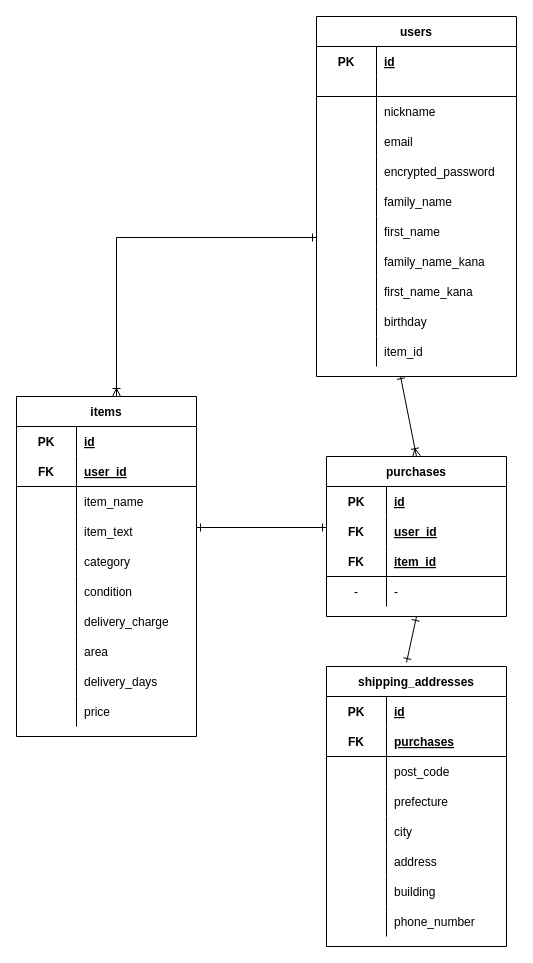
Before: test.dio in naoto7010code/furima-38452, a draw.io diagram. Source tidied: cells renumbered, new cells numbered last; positions are measured from the earlier drawing's top-left corner, leaving out a move shared by most shapes. Both pictures are drawn from the tidied source at 100%, with x=0, y=0 at pixel (16, 16).
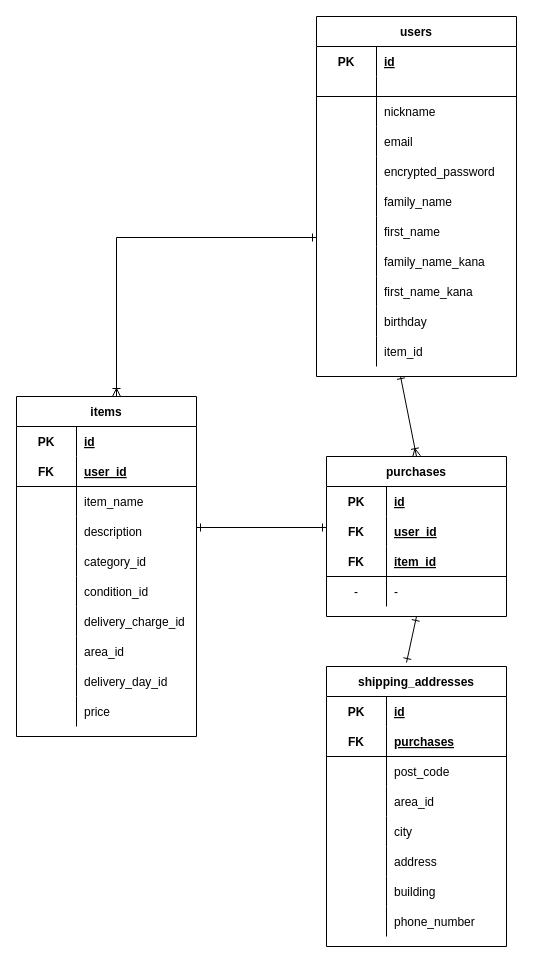
The same page after the edit.

Commit message (it also covers changes not shown here):
データベース設計#3(3回目)

The change refers to these unchanged cells:
```xml
<mxCell id="16" style="shape=partialRectangle;fillColor=none;top=0;left=0;bottom=0;right=0;" parent="6" vertex="1">
  <mxGeometry y="120" width="180" height="30" as="geometry" />
</mxCell>
<mxCell id="19" style="shape=partialRectangle;fillColor=none;top=0;left=0;bottom=0;right=0;" parent="6" vertex="1">
  <mxGeometry y="150" width="180" height="30" as="geometry" />
</mxCell>
<mxCell id="22" style="shape=partialRectangle;fillColor=none;top=0;left=0;bottom=0;right=0;" parent="6" vertex="1">
  <mxGeometry y="180" width="180" height="30" as="geometry" />
</mxCell>
<mxCell id="25" style="shape=partialRectangle;fillColor=none;top=0;left=0;bottom=0;right=0;" parent="6" vertex="1">
  <mxGeometry y="210" width="180" height="30" as="geometry" />
</mxCell>
<mxCell id="28" style="shape=partialRectangle;fillColor=none;top=0;left=0;bottom=0;right=0;" parent="6" vertex="1">
  <mxGeometry y="240" width="180" height="30" as="geometry" />
</mxCell>
<mxCell id="31" style="shape=partialRectangle;fillColor=none;top=0;left=0;bottom=0;right=0;" parent="6" vertex="1">
  <mxGeometry y="270" width="180" height="30" as="geometry" />
</mxCell>
<mxCell id="94" style="shape=partialRectangle;fillColor=none;top=0;left=0;bottom=0;right=0;" parent="84" vertex="1">
  <mxGeometry y="120" width="180" height="30" as="geometry" />
</mxCell>
```

What changed in the source:
```diff
@@
-    <mxCell id="18" value="item_text" style="shape=partialRectangle;fillColor=none;top=0;left=0;bottom=0;right=0;align=left;spacingLeft=6;overflow=hidden;" parent="16" vertex="1">
+    <mxCell id="18" value="description" style="shape=partialRectangle;fillColor=none;top=0;left=0;bottom=0;right=0;align=left;spacingLeft=6;overflow=hidden;" parent="16" vertex="1">
       <mxGeometry x="60" width="120" height="30" as="geometry" />
     </mxCell>
@@
-    <mxCell id="21" value="category" style="shape=partialRectangle;fillColor=none;top=0;left=0;bottom=0;right=0;align=left;spacingLeft=6;overflow=hidden;" parent="19" vertex="1">
+    <mxCell id="21" value="category_id" style="shape=partialRectangle;fillColor=none;top=0;left=0;bottom=0;right=0;align=left;spacingLeft=6;overflow=hidden;" parent="19" vertex="1">
       <mxGeometry x="60" width="120" height="30" as="geometry" />
     </mxCell>
@@
-    <mxCell id="24" value="condition" style="shape=partialRectangle;fillColor=none;top=0;left=0;bottom=0;right=0;align=left;spacingLeft=6;overflow=hidden;" parent="22" vertex="1">
+    <mxCell id="24" value="condition_id" style="shape=partialRectangle;fillColor=none;top=0;left=0;bottom=0;right=0;align=left;spacingLeft=6;overflow=hidden;" parent="22" vertex="1">
       <mxGeometry x="60" width="120" height="30" as="geometry" />
     </mxCell>
@@
-    <mxCell id="27" value="delivery_charge" style="shape=partialRectangle;fillColor=none;top=0;left=0;bottom=0;right=0;align=left;spacingLeft=6;overflow=hidden;" parent="25" vertex="1">
+    <mxCell id="27" value="delivery_charge_id" style="shape=partialRectangle;fillColor=none;top=0;left=0;bottom=0;right=0;align=left;spacingLeft=6;overflow=hidden;" parent="25" vertex="1">
       <mxGeometry x="60" width="120" height="30" as="geometry" />
     </mxCell>
@@
-    <mxCell id="30" value="area" style="shape=partialRectangle;fillColor=none;top=0;left=0;bottom=0;right=0;align=left;spacingLeft=6;overflow=hidden;" parent="28" vertex="1">
+    <mxCell id="30" value="area_id" style="shape=partialRectangle;fillColor=none;top=0;left=0;bottom=0;right=0;align=left;spacingLeft=6;overflow=hidden;" parent="28" vertex="1">
       <mxGeometry x="60" width="120" height="30" as="geometry" />
     </mxCell>
@@
-    <mxCell id="33" value="delivery_days" style="shape=partialRectangle;fillColor=none;top=0;left=0;bottom=0;right=0;align=left;spacingLeft=6;overflow=hidden;" parent="31" vertex="1">
+    <mxCell id="33" value="delivery_day_id" style="shape=partialRectangle;fillColor=none;top=0;left=0;bottom=0;right=0;align=left;spacingLeft=6;overflow=hidden;" parent="31" vertex="1">
       <mxGeometry x="60" width="120" height="30" as="geometry" />
     </mxCell>
@@
-    <mxCell id="96" value="prefecture" style="shape=partialRectangle;fillColor=none;top=0;left=0;bottom=0;right=0;align=left;spacingLeft=6;overflow=hidden;" parent="94" vertex="1">
+    <mxCell id="96" value="area_id" style="shape=partialRectangle;fillColor=none;top=0;left=0;bottom=0;right=0;align=left;spacingLeft=6;overflow=hidden;" parent="94" vertex="1">
       <mxGeometry x="60" width="120" height="30" as="geometry" />
     </mxCell>
```
